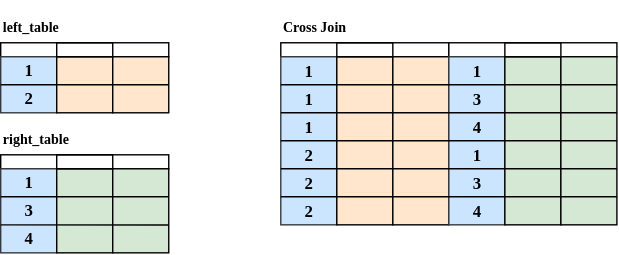
mabel-dev/opteryx keeps this draw.io diagram as docs/SQL Reference/cross-join.svg. Above is the earlier version. Source tidied: cells renumbered, new cells last; positions are measured from the earlier drawing's top-left corner, leaving out a move shared by most shapes. The source it was exported from:
```xml
<mxGraphModel>
  <root>
    <mxCell id="0" />
    <mxCell id="1" parent="0" />
    <mxCell id="2" style="rounded=0;whiteSpace=wrap;html=1;fontFamily=Lucida Console;fontSize=6;strokeColor=#000000;strokeWidth=1;fillColor=default;gradientColor=none;" parent="1" vertex="1">
      <mxGeometry y="30" width="120" height="10" as="geometry" />
    </mxCell>
    <mxCell id="3" style="rounded=0;whiteSpace=wrap;html=1;fontFamily=Lucida Console;fontSize=6;strokeColor=#36393d;strokeWidth=1;fillColor=#cce5ff;" parent="1" vertex="1">
      <mxGeometry y="40" width="40" height="40" as="geometry" />
    </mxCell>
    <mxCell id="4" style="rounded=0;whiteSpace=wrap;html=1;fontFamily=Lucida Console;fontSize=6;strokeColor=#000000;strokeWidth=1;fillColor=#ffe6cc;" parent="1" vertex="1">
      <mxGeometry x="40" y="40" width="40" height="40" as="geometry" />
    </mxCell>
    <mxCell id="5" style="rounded=0;whiteSpace=wrap;html=1;fontFamily=Lucida Console;fontSize=6;strokeColor=#000000;strokeWidth=1;fillColor=#ffe6cc;" parent="1" vertex="1">
      <mxGeometry x="80" y="40" width="40" height="40" as="geometry" />
    </mxCell>
    <mxCell id="6" style="endArrow=none;html=1;rounded=0;fontFamily=Lucida Console;fontSize=6;entryX=1;entryY=0.5;entryDx=0;entryDy=0;exitX=0;exitY=0.5;exitDx=0;exitDy=0;startArrow=none;" parent="1" edge="1" source="3" target="5">
      <mxGeometry relative="1" as="geometry" />
    </mxCell>
    <mxCell id="7" value="1" style="text;strokeColor=none;fillColor=none;html=1;fontSize=12;fontStyle=1;verticalAlign=middle;align=center;fontFamily=Lucida Console;" parent="1" vertex="1">
      <mxGeometry y="40" width="40" height="20" as="geometry" />
    </mxCell>
    <mxCell id="8" value="2" style="text;strokeColor=none;fillColor=none;html=1;fontSize=12;fontStyle=1;verticalAlign=middle;align=center;fontFamily=Lucida Console;" parent="1" vertex="1">
      <mxGeometry y="60" width="40" height="20" as="geometry" />
    </mxCell>
    <mxCell id="9" style="rounded=0;whiteSpace=wrap;html=1;fontFamily=Lucida Console;fontSize=6;strokeColor=#000000;strokeWidth=1;fillColor=none;" parent="1" vertex="1">
      <mxGeometry x="40" y="30" width="40" height="10" as="geometry" />
    </mxCell>
    <mxCell id="10" style="rounded=0;whiteSpace=wrap;html=1;fontFamily=Lucida Console;fontSize=6;strokeColor=#000000;strokeWidth=1;fillColor=default;gradientColor=none;" parent="1" vertex="1">
      <mxGeometry y="110" width="120" height="10" as="geometry" />
    </mxCell>
    <mxCell id="11" style="rounded=0;whiteSpace=wrap;html=1;fontFamily=Lucida Console;fontSize=6;strokeColor=#36393d;strokeWidth=1;fillColor=#cce5ff;" parent="1" vertex="1">
      <mxGeometry y="120" width="40" height="60" as="geometry" />
    </mxCell>
    <mxCell id="12" style="rounded=0;whiteSpace=wrap;html=1;fontFamily=Lucida Console;fontSize=6;strokeColor=#000000;strokeWidth=1;fillColor=#d5e8d4;" parent="1" vertex="1">
      <mxGeometry x="40" y="120" width="40" height="60" as="geometry" />
    </mxCell>
    <mxCell id="13" style="rounded=0;whiteSpace=wrap;html=1;fontFamily=Lucida Console;fontSize=6;strokeColor=#000000;strokeWidth=1;fillColor=#d5e8d4;" parent="1" vertex="1">
      <mxGeometry x="80" y="120" width="40" height="60" as="geometry" />
    </mxCell>
    <mxCell id="14" style="endArrow=none;html=1;rounded=0;fontFamily=Lucida Console;fontSize=6;exitX=0;exitY=0;exitDx=0;exitDy=0;startArrow=none;entryX=1;entryY=0.669;entryDx=0;entryDy=0;entryPerimeter=0;" parent="1" edge="1" source="18" target="13">
      <mxGeometry relative="1" as="geometry" />
    </mxCell>
    <mxCell id="15" value="1" style="text;strokeColor=none;fillColor=none;html=1;fontSize=12;fontStyle=1;verticalAlign=middle;align=center;fontFamily=Lucida Console;" parent="1" vertex="1">
      <mxGeometry y="120" width="40" height="20" as="geometry" />
    </mxCell>
    <mxCell id="16" value="3" style="text;strokeColor=none;fillColor=none;html=1;fontSize=12;fontStyle=1;verticalAlign=middle;align=center;fontFamily=Lucida Console;" parent="1" vertex="1">
      <mxGeometry y="140" width="40" height="20" as="geometry" />
    </mxCell>
    <mxCell id="17" style="rounded=0;whiteSpace=wrap;html=1;fontFamily=Lucida Console;fontSize=6;strokeColor=#000000;strokeWidth=1;fillColor=none;" parent="1" vertex="1">
      <mxGeometry x="40" y="110" width="40" height="10" as="geometry" />
    </mxCell>
    <mxCell id="18" value="4" style="text;strokeColor=none;fillColor=none;html=1;fontSize=12;fontStyle=1;verticalAlign=middle;align=center;fontFamily=Lucida Console;" parent="1" vertex="1">
      <mxGeometry y="160" width="40" height="20" as="geometry" />
    </mxCell>
    <mxCell id="19" style="endArrow=none;html=1;rounded=0;fontFamily=Lucida Console;fontSize=6;exitX=0;exitY=0;exitDx=0;exitDy=0;startArrow=none;" parent="1" edge="1" source="16">
      <mxGeometry relative="1" as="geometry">
        <mxPoint x="120" y="140" as="targetPoint" />
      </mxGeometry>
    </mxCell>
    <mxCell id="20" value="&lt;font style=&quot;font-size: 10px;&quot;&gt;left_table&lt;/font&gt;" style="text;strokeColor=none;fillColor=none;html=1;fontSize=24;fontStyle=1;verticalAlign=middle;align=left;fontFamily=Lucida Console;" parent="1" vertex="1">
      <mxGeometry width="100" height="30" as="geometry" />
    </mxCell>
    <mxCell id="21" value="&lt;font style=&quot;font-size: 10px;&quot;&gt;right_table&lt;/font&gt;" style="text;strokeColor=none;fillColor=none;html=1;fontSize=24;fontStyle=1;verticalAlign=middle;align=left;fontFamily=Lucida Console;" parent="1" vertex="1">
      <mxGeometry y="80" width="100" height="30" as="geometry" />
    </mxCell>
    <mxCell id="22" style="rounded=0;whiteSpace=wrap;html=1;fontFamily=Lucida Console;fontSize=6;strokeColor=#000000;strokeWidth=1;fillColor=default;gradientColor=none;" parent="1" vertex="1">
      <mxGeometry x="200" y="30" width="120" height="10" as="geometry" />
    </mxCell>
    <mxCell id="23" style="rounded=0;whiteSpace=wrap;html=1;fontFamily=Lucida Console;fontSize=6;strokeColor=#36393d;strokeWidth=1;fillColor=#cce5ff;" parent="1" vertex="1">
      <mxGeometry x="200" y="40" width="40" height="120" as="geometry" />
    </mxCell>
    <mxCell id="24" style="rounded=0;whiteSpace=wrap;html=1;fontFamily=Lucida Console;fontSize=6;strokeColor=#000000;strokeWidth=1;fillColor=#ffe6cc;" parent="1" vertex="1">
      <mxGeometry x="240" y="40" width="40" height="120" as="geometry" />
    </mxCell>
    <mxCell id="25" style="rounded=0;whiteSpace=wrap;html=1;fontFamily=Lucida Console;fontSize=6;strokeColor=#000000;strokeWidth=1;fillColor=#ffe6cc;" parent="1" vertex="1">
      <mxGeometry x="280" y="40" width="40" height="120" as="geometry" />
    </mxCell>
    <mxCell id="26" value="1" style="text;strokeColor=none;fillColor=none;html=1;fontSize=12;fontStyle=1;verticalAlign=bottom;align=center;fontFamily=Lucida Console;" parent="1" vertex="1">
      <mxGeometry x="200" y="40" width="40" height="20" as="geometry" />
    </mxCell>
    <mxCell id="27" style="rounded=0;whiteSpace=wrap;html=1;fontFamily=Lucida Console;fontSize=6;strokeColor=#000000;strokeWidth=1;fillColor=none;" parent="1" vertex="1">
      <mxGeometry x="240" y="30" width="40" height="10" as="geometry" />
    </mxCell>
    <mxCell id="28" value="&lt;font style=&quot;font-size: 10px;&quot;&gt;Cross Join&lt;/font&gt;" style="text;strokeColor=none;fillColor=none;html=1;fontSize=24;fontStyle=1;verticalAlign=middle;align=left;fontFamily=Lucida Console;" parent="1" vertex="1">
      <mxGeometry x="200" width="100" height="30" as="geometry" />
    </mxCell>
    <mxCell id="29" value="1" style="text;strokeColor=none;fillColor=none;html=1;fontSize=12;fontStyle=1;verticalAlign=bottom;align=center;fontFamily=Lucida Console;" parent="1" vertex="1">
      <mxGeometry x="200" y="60" width="40" height="20" as="geometry" />
    </mxCell>
    <mxCell id="30" style="rounded=0;whiteSpace=wrap;html=1;fontFamily=Lucida Console;fontSize=6;strokeColor=#000000;strokeWidth=1;fillColor=default;gradientColor=none;" parent="1" vertex="1">
      <mxGeometry x="320" y="30" width="120" height="10" as="geometry" />
    </mxCell>
    <mxCell id="31" style="rounded=0;whiteSpace=wrap;html=1;fontFamily=Lucida Console;fontSize=6;strokeColor=#36393d;strokeWidth=1;fillColor=#cce5ff;" parent="1" vertex="1">
      <mxGeometry x="320" y="40" width="40" height="120" as="geometry" />
    </mxCell>
    <mxCell id="32" style="rounded=0;whiteSpace=wrap;html=1;fontFamily=Lucida Console;fontSize=6;strokeColor=#000000;strokeWidth=1;fillColor=#d5e8d4;" parent="1" vertex="1">
      <mxGeometry x="360" y="40" width="40" height="120" as="geometry" />
    </mxCell>
    <mxCell id="33" style="rounded=0;whiteSpace=wrap;html=1;fontFamily=Lucida Console;fontSize=6;strokeColor=#000000;strokeWidth=1;fillColor=#d5e8d4;" parent="1" vertex="1">
      <mxGeometry x="400" y="40" width="40" height="120" as="geometry" />
    </mxCell>
    <mxCell id="34" style="endArrow=none;html=1;rounded=0;fontFamily=Lucida Console;fontSize=6;startArrow=none;" parent="1" edge="1">
      <mxGeometry relative="1" as="geometry">
        <mxPoint x="200" y="80" as="sourcePoint" />
        <mxPoint x="440" y="80" as="targetPoint" />
      </mxGeometry>
    </mxCell>
    <mxCell id="35" value="1" style="text;strokeColor=none;fillColor=none;html=1;fontSize=12;fontStyle=1;verticalAlign=bottom;align=center;fontFamily=Lucida Console;" parent="1" vertex="1">
      <mxGeometry x="320" y="40" width="40" height="20" as="geometry" />
    </mxCell>
    <mxCell id="36" value="3" style="text;strokeColor=none;fillColor=none;html=1;fontSize=12;fontStyle=1;verticalAlign=bottom;align=center;fontFamily=Lucida Console;" parent="1" vertex="1">
      <mxGeometry x="320" y="60" width="40" height="20" as="geometry" />
    </mxCell>
    <mxCell id="37" style="rounded=0;whiteSpace=wrap;html=1;fontFamily=Lucida Console;fontSize=6;strokeColor=#000000;strokeWidth=1;fillColor=none;" parent="1" vertex="1">
      <mxGeometry x="360" y="30" width="40" height="10" as="geometry" />
    </mxCell>
    <mxCell id="38" value="4" style="text;strokeColor=none;fillColor=none;html=1;fontSize=12;fontStyle=1;verticalAlign=bottom;align=center;fontFamily=Lucida Console;" parent="1" vertex="1">
      <mxGeometry x="320" y="80" width="40" height="20" as="geometry" />
    </mxCell>
    <mxCell id="39" style="endArrow=none;html=1;rounded=0;fontFamily=Lucida Console;fontSize=6;startArrow=none;" parent="1" edge="1">
      <mxGeometry relative="1" as="geometry">
        <mxPoint x="200" y="100" as="sourcePoint" />
        <mxPoint x="440" y="100" as="targetPoint" />
      </mxGeometry>
    </mxCell>
    <mxCell id="40" style="endArrow=none;html=1;rounded=0;fontFamily=Lucida Console;fontSize=6;startArrow=none;" parent="1" edge="1">
      <mxGeometry relative="1" as="geometry">
        <mxPoint x="200" y="120" as="sourcePoint" />
        <mxPoint x="440" y="120" as="targetPoint" />
      </mxGeometry>
    </mxCell>
    <mxCell id="41" style="endArrow=none;html=1;rounded=0;fontFamily=Lucida Console;fontSize=6;startArrow=none;" parent="1" edge="1">
      <mxGeometry relative="1" as="geometry">
        <mxPoint x="200" y="140" as="sourcePoint" />
        <mxPoint x="440" y="140" as="targetPoint" />
      </mxGeometry>
    </mxCell>
    <mxCell id="42" style="endArrow=none;html=1;rounded=0;fontFamily=Lucida Console;fontSize=6;startArrow=none;" parent="1" edge="1">
      <mxGeometry relative="1" as="geometry">
        <mxPoint x="200" y="60" as="sourcePoint" />
        <mxPoint x="440" y="60" as="targetPoint" />
      </mxGeometry>
    </mxCell>
    <mxCell id="43" value="1" style="text;strokeColor=none;fillColor=none;html=1;fontSize=12;fontStyle=1;verticalAlign=bottom;align=center;fontFamily=Lucida Console;" parent="1" vertex="1">
      <mxGeometry x="320" y="100" width="40" height="20" as="geometry" />
    </mxCell>
    <mxCell id="44" value="3" style="text;strokeColor=none;fillColor=none;html=1;fontSize=12;fontStyle=1;verticalAlign=bottom;align=center;fontFamily=Lucida Console;" parent="1" vertex="1">
      <mxGeometry x="320" y="120" width="40" height="20" as="geometry" />
    </mxCell>
    <mxCell id="45" value="4" style="text;strokeColor=none;fillColor=none;html=1;fontSize=12;fontStyle=1;verticalAlign=bottom;align=center;fontFamily=Lucida Console;" parent="1" vertex="1">
      <mxGeometry x="320" y="140" width="40" height="20" as="geometry" />
    </mxCell>
    <mxCell id="46" value="1" style="text;strokeColor=none;fillColor=none;html=1;fontSize=12;fontStyle=1;verticalAlign=bottom;align=center;fontFamily=Lucida Console;" parent="1" vertex="1">
      <mxGeometry x="200" y="80" width="40" height="20" as="geometry" />
    </mxCell>
    <mxCell id="47" value="2" style="text;strokeColor=none;fillColor=none;html=1;fontSize=12;fontStyle=1;verticalAlign=bottom;align=center;fontFamily=Lucida Console;" parent="1" vertex="1">
      <mxGeometry x="200" y="100" width="40" height="20" as="geometry" />
    </mxCell>
    <mxCell id="48" value="2" style="text;strokeColor=none;fillColor=none;html=1;fontSize=12;fontStyle=1;verticalAlign=bottom;align=center;fontFamily=Lucida Console;" parent="1" vertex="1">
      <mxGeometry x="200" y="120" width="40" height="20" as="geometry" />
    </mxCell>
    <mxCell id="49" value="2" style="text;strokeColor=none;fillColor=none;html=1;fontSize=12;fontStyle=1;verticalAlign=bottom;align=center;fontFamily=Lucida Console;" parent="1" vertex="1">
      <mxGeometry x="200" y="140" width="40" height="20" as="geometry" />
    </mxCell>
  </root>
</mxGraphModel>
```
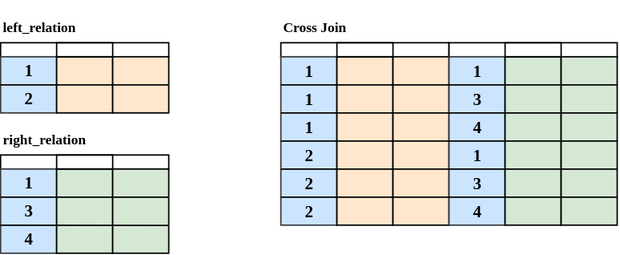
Later version of the same file.

Change to the diagram source:
```diff
@@ -58,10 +58,10 @@
         <mxPoint x="120" y="140" as="targetPoint" />
       </mxGeometry>
     </mxCell>
-    <mxCell id="20" value="&lt;font style=&quot;font-size: 10px;&quot;&gt;left_table&lt;/font&gt;" style="text;strokeColor=none;fillColor=none;html=1;fontSize=24;fontStyle=1;verticalAlign=middle;align=left;fontFamily=Lucida Console;" parent="1" vertex="1">
+    <mxCell id="20" value="&lt;font style=&quot;font-size: 10px;&quot;&gt;left_relation&lt;/font&gt;" style="text;strokeColor=none;fillColor=none;html=1;fontSize=24;fontStyle=1;verticalAlign=middle;align=left;fontFamily=Lucida Console;" parent="1" vertex="1">
       <mxGeometry width="100" height="30" as="geometry" />
     </mxCell>
-    <mxCell id="21" value="&lt;font style=&quot;font-size: 10px;&quot;&gt;right_table&lt;/font&gt;" style="text;strokeColor=none;fillColor=none;html=1;fontSize=24;fontStyle=1;verticalAlign=middle;align=left;fontFamily=Lucida Console;" parent="1" vertex="1">
+    <mxCell id="21" value="&lt;font style=&quot;font-size: 10px;&quot;&gt;right_relation&lt;/font&gt;" style="text;strokeColor=none;fillColor=none;html=1;fontSize=24;fontStyle=1;verticalAlign=middle;align=left;fontFamily=Lucida Console;" parent="1" vertex="1">
       <mxGeometry y="80" width="100" height="30" as="geometry" />
     </mxCell>
     <mxCell id="22" style="rounded=0;whiteSpace=wrap;html=1;fontFamily=Lucida Console;fontSize=6;strokeColor=#000000;strokeWidth=1;fillColor=default;gradientColor=none;" parent="1" vertex="1">
```
